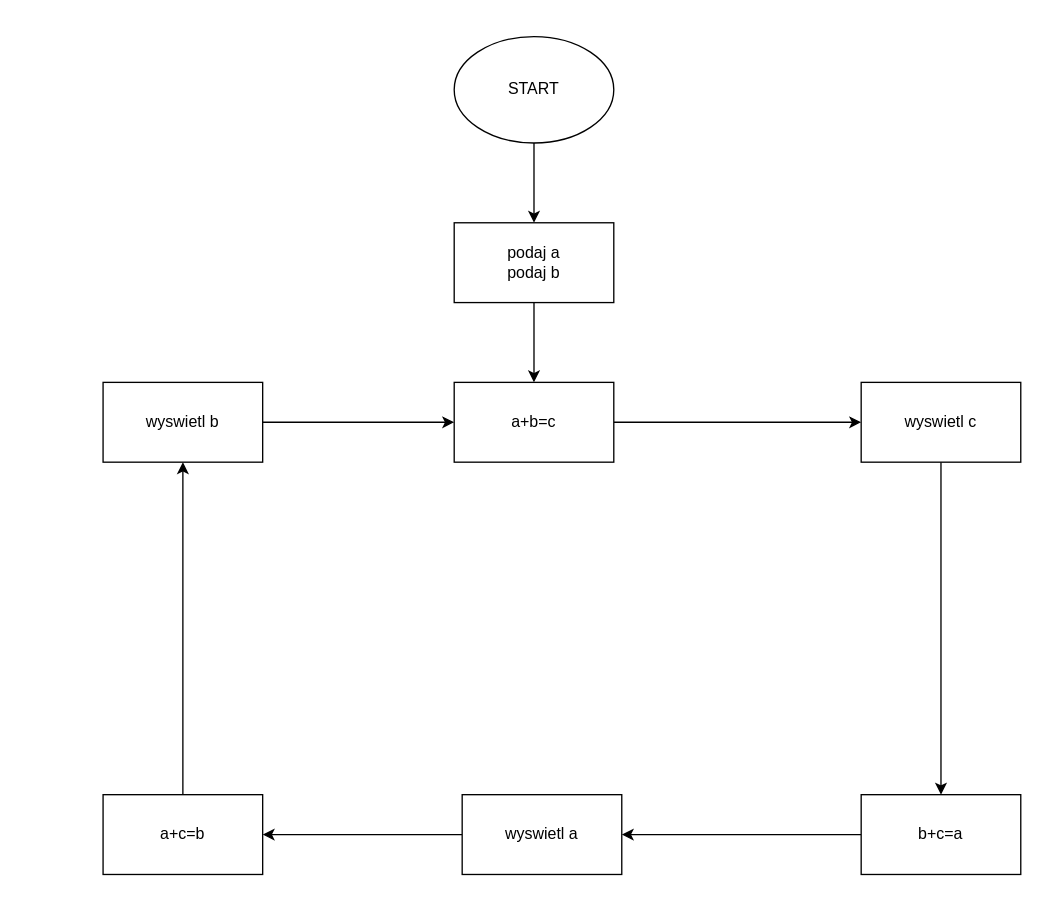
Earlier version of the draw.io diagram ciagfibonacciego.drawio (cozpek/Algorytmy). Source tidied: cells renumbered, new cells numbered last; positions are measured from the earlier drawing's top-left corner, leaving out a move shared by most shapes. Both pictures are drawn from the tidied source at 133%, with x=0, y=0 at pixel (102, 36).
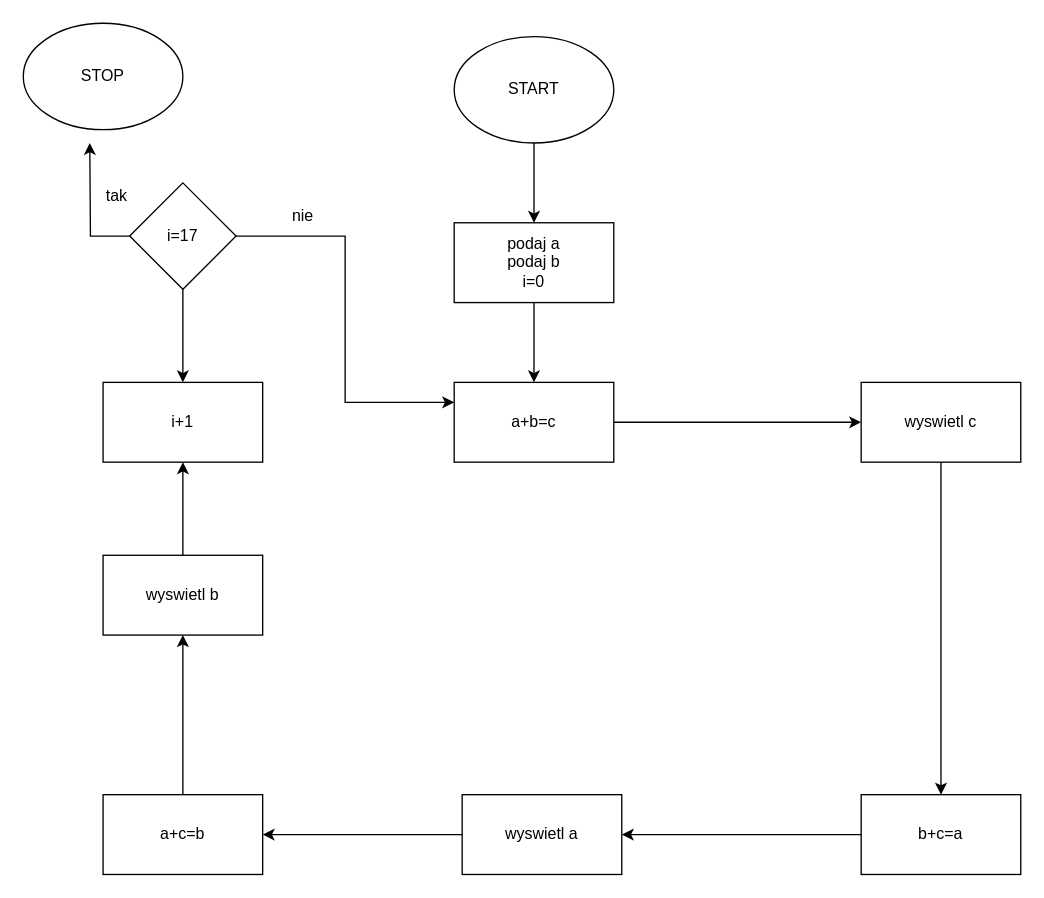
Above is the later version.

Unchanged cells that the change refers to:
```xml
<mxCell id="7" value="a+b=c" style="rounded=0;whiteSpace=wrap;html=1;" parent="1" vertex="1">
  <mxGeometry x="264" y="260" width="120" height="60" as="geometry" />
</mxCell>
```

Diff of the diagram source:
```diff
@@
-    <mxCell id="5" value="podaj a&lt;br&gt;podaj b&lt;br&gt;" style="rounded=0;whiteSpace=wrap;html=1;" parent="1" vertex="1">
+    <mxCell id="5" value="podaj a&lt;br&gt;podaj b&lt;br&gt;i=0" style="rounded=0;whiteSpace=wrap;html=1;" parent="1" vertex="1">
       <mxGeometry x="264" y="140" width="120" height="60" as="geometry" />
     </mxCell>
@@
-    <mxCell id="16" style="edgeStyle=orthogonalEdgeStyle;rounded=0;jettySize=auto;html=1;entryX=0;entryY=0.5;entryDx=0;entryDy=0;" parent="1" edge="1" source="17" target="7">
-      <mxGeometry relative="1" as="geometry" />
-    </mxCell>
+    <mxCell id="18" style="edgeStyle=orthogonalEdgeStyle;rounded=0;jettySize=auto;html=1;entryX=0.5;entryY=1;entryDx=0;entryDy=0;" parent="1" edge="1" source="17" target="19">
+      <mxGeometry relative="1" as="geometry" />
+    </mxCell>
     <mxCell id="17" value="wyswietl b" style="rounded=0;whiteSpace=wrap;html=1;" parent="1" vertex="1">
-      <mxGeometry y="260" width="120" height="60" as="geometry" />
+      <mxGeometry y="390" width="120" height="60" as="geometry" />
     </mxCell>
+    <mxCell id="19" value="i+1" style="rounded=0;whiteSpace=wrap;html=1;" parent="1" vertex="1">
+      <mxGeometry y="260" width="120" height="60" as="geometry" />
+    </mxCell>
+    <mxCell id="20" style="edgeStyle=orthogonalEdgeStyle;rounded=0;jettySize=auto;html=1;entryX=0.5;entryY=0;entryDx=0;entryDy=0;" parent="1" edge="1" source="23" target="19">
+      <mxGeometry relative="1" as="geometry" />
+    </mxCell>
+    <mxCell id="21" style="edgeStyle=orthogonalEdgeStyle;rounded=0;jettySize=auto;html=1;entryX=0;entryY=0.25;entryDx=0;entryDy=0;" parent="1" edge="1" source="23" target="7">
+      <mxGeometry relative="1" as="geometry" />
+    </mxCell>
+    <mxCell id="22" style="edgeStyle=orthogonalEdgeStyle;rounded=0;jettySize=auto;html=1;" parent="1" edge="1" source="23">
+      <mxGeometry relative="1" as="geometry">
+        <mxPoint x="-10" y="80" as="targetPoint" />
+      </mxGeometry>
+    </mxCell>
+    <mxCell id="23" value="i=17" style="rhombus;whiteSpace=wrap;html=1;" parent="1" vertex="1">
+      <mxGeometry x="20" y="110" width="80" height="80" as="geometry" />
+    </mxCell>
+    <mxCell id="24" value="nie" style="text;html=1;align=center;verticalAlign=middle;strokeColor=none;fillColor=none;" parent="1" vertex="1">
+      <mxGeometry x="130" y="120" width="40" height="30" as="geometry" />
+    </mxCell>
+    <mxCell id="25" value="STOP" style="ellipse;whiteSpace=wrap;html=1;" parent="1" vertex="1">
+      <mxGeometry x="-60" y="-10" width="120" height="80" as="geometry" />
+    </mxCell>
+    <mxCell id="26" value="tak" style="text;html=1;align=center;verticalAlign=middle;strokeColor=none;fillColor=none;" parent="1" vertex="1">
+      <mxGeometry x="-10" y="105" width="40" height="30" as="geometry" />
+    </mxCell>
```
